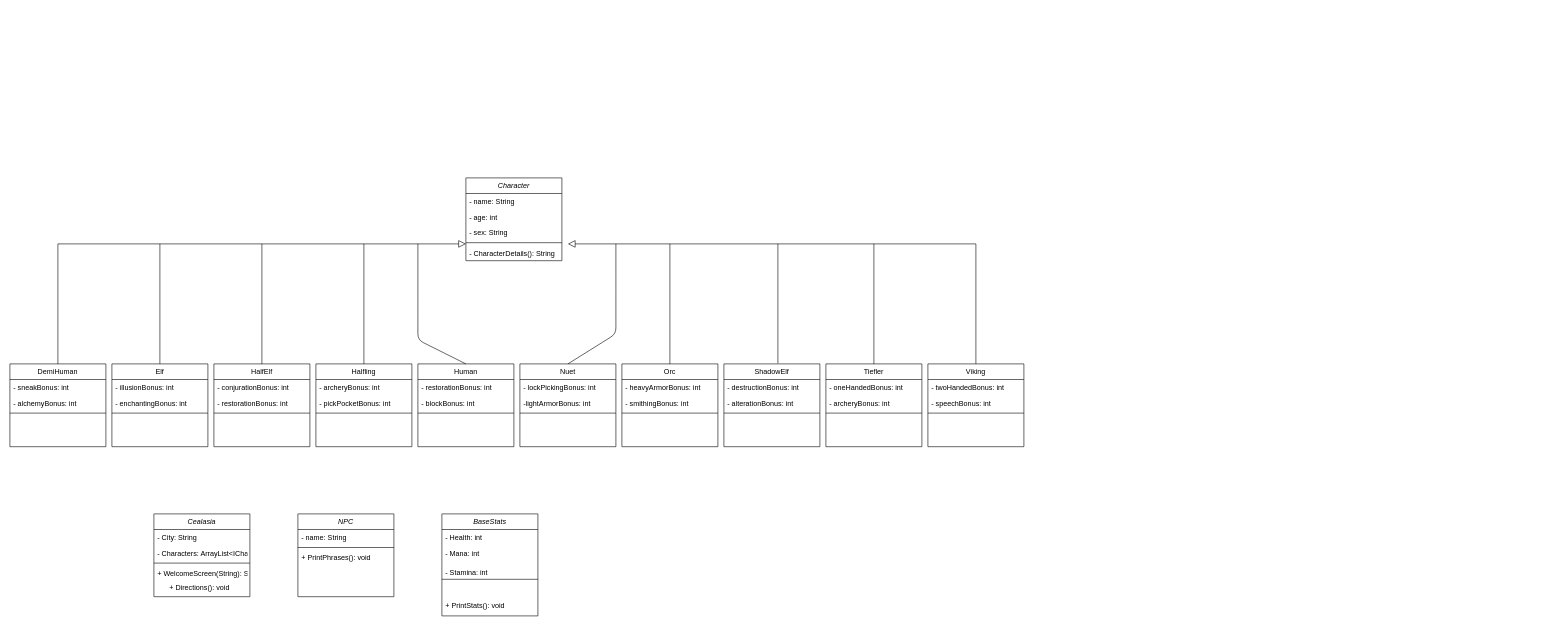
The draw.io diagram RPG.drawio in Uplift-Foundation/rpg, before the edit. Source tidied: cells renumbered, new cells numbered last; positions are measured from the earlier drawing's top-left corner, leaving out a move shared by most shapes. Both pictures are drawn from the tidied source at 60%, with x=0, y=0 at pixel (10, 178).
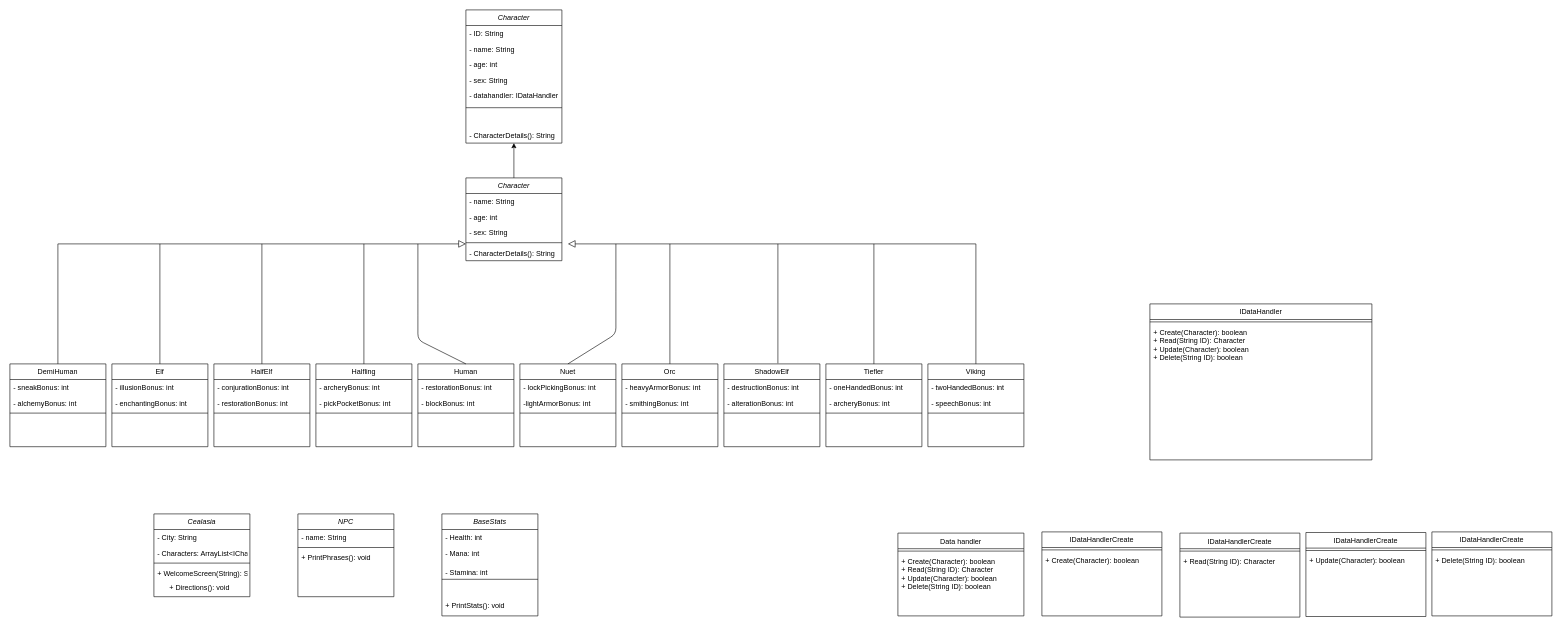
The same diagram, later.

Unchanged cells that the change refers to:
```xml
<mxCell id="2" value="Character" style="swimlane;fontStyle=2;align=center;verticalAlign=top;horizontal=1;startSize=26;rounded=0;shadow=0;strokeWidth=1;" parent="1" vertex="1">
  <mxGeometry x="760" width="160" height="138" as="geometry" />
</mxCell>
```

The edit, as a diff of the source:
```diff
@@
+    <mxCell id="74" style="edgeStyle=orthogonalEdgeStyle;rounded=0;jettySize=auto;html=1;" parent="1" edge="1" source="2" target="78">
+      <mxGeometry relative="1" as="geometry" />
+    </mxCell>
@@
+    <mxCell id="75" value="Data handler" style="swimlane;fontStyle=0;align=center;verticalAlign=top;horizontal=1;startSize=26;rounded=0;shadow=0;strokeWidth=1;" parent="1" vertex="1">
+      <mxGeometry x="1480" y="592" width="210" height="138" as="geometry" />
+    </mxCell>
+    <mxCell id="76" style="line;html=1;strokeWidth=1;align=left;verticalAlign=middle;spacingTop=-1;spacingLeft=3;spacingRight=3;labelPosition=right;" parent="75" vertex="1">
+      <mxGeometry y="26" width="210" height="8" as="geometry" />
+    </mxCell>
+    <mxCell id="77" value="+ Create(Character): boolean&#10;+ Read(String ID): Character&#10;+ Update(Character): boolean&#10;+ Delete(String ID): boolean&#10;" style="text;align=left;verticalAlign=top;spacingLeft=4;spacingRight=4;overflow=hidden;" parent="75" vertex="1">
+      <mxGeometry y="34" width="210" height="76" as="geometry" />
+    </mxCell>
+    <mxCell id="78" value="Character" style="swimlane;fontStyle=2;align=center;verticalAlign=top;horizontal=1;startSize=26;rounded=0;shadow=0;strokeWidth=1;" parent="1" vertex="1">
+      <mxGeometry x="760" y="-280" width="160" height="222" as="geometry" />
+    </mxCell>
+    <mxCell id="79" value="- ID: String" style="text;align=left;verticalAlign=top;spacingLeft=4;spacingRight=4;overflow=hidden;rounded=0;shadow=0;html=0;" parent="78" vertex="1">
+      <mxGeometry y="26" width="160" height="26" as="geometry" />
+    </mxCell>
+    <mxCell id="80" value="- name: String" style="text;align=left;verticalAlign=top;spacingLeft=4;spacingRight=4;overflow=hidden;" parent="78" vertex="1">
+      <mxGeometry y="52" width="160" height="26" as="geometry" />
+    </mxCell>
+    <mxCell id="81" value="- age: int" style="text;align=left;verticalAlign=top;spacingLeft=4;spacingRight=4;overflow=hidden;rounded=0;shadow=0;html=0;" parent="78" vertex="1">
+      <mxGeometry y="78" width="160" height="26" as="geometry" />
+    </mxCell>
+    <mxCell id="82" value="- sex: String" style="text;align=left;verticalAlign=top;spacingLeft=4;spacingRight=4;overflow=hidden;rounded=0;shadow=0;html=0;" parent="78" vertex="1">
+      <mxGeometry y="104" width="160" height="26" as="geometry" />
+    </mxCell>
+    <mxCell id="83" style="line;html=1;strokeWidth=1;align=left;verticalAlign=middle;spacingTop=-1;spacingLeft=3;spacingRight=3;labelPosition=right;" parent="78" vertex="1">
+      <mxGeometry y="130" width="160" height="66" as="geometry" />
+    </mxCell>
+    <mxCell id="84" value="- CharacterDetails(): String" style="text;align=left;verticalAlign=top;spacingLeft=4;spacingRight=4;overflow=hidden;" parent="78" vertex="1">
+      <mxGeometry y="196" width="160" height="26" as="geometry" />
+    </mxCell>
+    <mxCell id="85" value="IDataHandlerCreate" style="swimlane;fontStyle=0;align=center;verticalAlign=top;horizontal=1;startSize=26;rounded=0;shadow=0;strokeWidth=1;" parent="1" vertex="1">
+      <mxGeometry x="1720" y="590" width="200" height="140" as="geometry" />
+    </mxCell>
+    <mxCell id="86" style="line;html=1;strokeWidth=1;align=left;verticalAlign=middle;spacingTop=-1;spacingLeft=3;spacingRight=3;labelPosition=right;" parent="85" vertex="1">
+      <mxGeometry y="26" width="200" height="8" as="geometry" />
+    </mxCell>
+    <mxCell id="87" value="+ Create(Character): boolean&#10;" style="text;align=left;verticalAlign=top;spacingLeft=4;spacingRight=4;overflow=hidden;" parent="85" vertex="1">
+      <mxGeometry y="34" width="200" height="76" as="geometry" />
+    </mxCell>
+    <mxCell id="88" value="IDataHandlerCreate" style="swimlane;fontStyle=0;align=center;verticalAlign=top;horizontal=1;startSize=26;rounded=0;shadow=0;strokeWidth=1;" parent="1" vertex="1">
+      <mxGeometry x="1950" y="592" width="200" height="140" as="geometry" />
+    </mxCell>
+    <mxCell id="89" style="line;html=1;strokeWidth=1;align=left;verticalAlign=middle;spacingTop=-1;spacingLeft=3;spacingRight=3;labelPosition=right;" parent="88" vertex="1">
+      <mxGeometry y="26" width="200" height="8" as="geometry" />
+    </mxCell>
+    <mxCell id="90" value="+ Read(String ID): Character" style="text;align=left;verticalAlign=top;spacingLeft=4;spacingRight=4;overflow=hidden;" parent="88" vertex="1">
+      <mxGeometry y="34" width="200" height="76" as="geometry" />
+    </mxCell>
+    <mxCell id="91" value="IDataHandlerCreate" style="swimlane;fontStyle=0;align=center;verticalAlign=top;horizontal=1;startSize=26;rounded=0;shadow=0;strokeWidth=1;" parent="1" vertex="1">
+      <mxGeometry x="2160" y="591" width="200" height="140" as="geometry" />
+    </mxCell>
+    <mxCell id="92" style="line;html=1;strokeWidth=1;align=left;verticalAlign=middle;spacingTop=-1;spacingLeft=3;spacingRight=3;labelPosition=right;" parent="91" vertex="1">
+      <mxGeometry y="26" width="200" height="8" as="geometry" />
+    </mxCell>
+    <mxCell id="93" value="+ Update(Character): boolean" style="text;align=left;verticalAlign=top;spacingLeft=4;spacingRight=4;overflow=hidden;" parent="91" vertex="1">
+      <mxGeometry y="34" width="200" height="76" as="geometry" />
+    </mxCell>
+    <mxCell id="94" value="IDataHandlerCreate" style="swimlane;fontStyle=0;align=center;verticalAlign=top;horizontal=1;startSize=26;rounded=0;shadow=0;strokeWidth=1;" parent="1" vertex="1">
+      <mxGeometry x="2370" y="590" width="200" height="140" as="geometry" />
+    </mxCell>
+    <mxCell id="95" style="line;html=1;strokeWidth=1;align=left;verticalAlign=middle;spacingTop=-1;spacingLeft=3;spacingRight=3;labelPosition=right;" parent="94" vertex="1">
+      <mxGeometry y="26" width="200" height="8" as="geometry" />
+    </mxCell>
+    <mxCell id="96" value="+ Delete(String ID): boolean&#10;" style="text;align=left;verticalAlign=top;spacingLeft=4;spacingRight=4;overflow=hidden;" parent="94" vertex="1">
+      <mxGeometry y="34" width="200" height="76" as="geometry" />
+    </mxCell>
+    <mxCell id="97" value="IDataHandler" style="swimlane;fontStyle=0;align=center;verticalAlign=top;horizontal=1;startSize=26;rounded=0;shadow=0;strokeWidth=1;" parent="1" vertex="1">
+      <mxGeometry x="1900" y="210" width="370" height="260" as="geometry" />
+    </mxCell>
+    <mxCell id="98" style="line;html=1;strokeWidth=1;align=left;verticalAlign=middle;spacingTop=-1;spacingLeft=3;spacingRight=3;labelPosition=right;" parent="97" vertex="1">
+      <mxGeometry y="26" width="370" height="8" as="geometry" />
+    </mxCell>
+    <mxCell id="99" value="+ Create(Character): boolean&#10;+ Read(String ID): Character&#10;+ Update(Character): boolean&#10;+ Delete(String ID): boolean&#10;" style="text;align=left;verticalAlign=top;spacingLeft=4;spacingRight=4;overflow=hidden;" parent="97" vertex="1">
+      <mxGeometry y="34" width="370" height="76" as="geometry" />
+    </mxCell>
+    <mxCell id="100" value="- datahandler: IDataHandler" style="text;align=left;verticalAlign=top;spacingLeft=4;spacingRight=4;overflow=hidden;rounded=0;shadow=0;html=0;" parent="1" vertex="1">
+      <mxGeometry x="760" y="-150" width="160" height="26" as="geometry" />
+    </mxCell>
```
